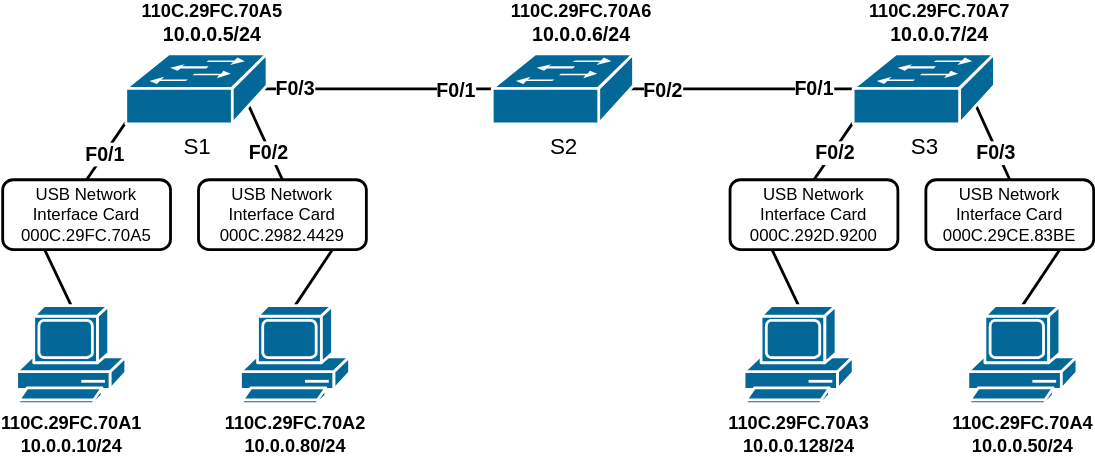
Above: docs/Networking/Switching/assets/switch_beispiel.drawio.svg in kuchapo/UNYKAD (draw.io), before the change. Source tidied: cells renumbered, new cells last; positions are measured from the earlier drawing's top-left corner, leaving out a move shared by most shapes.
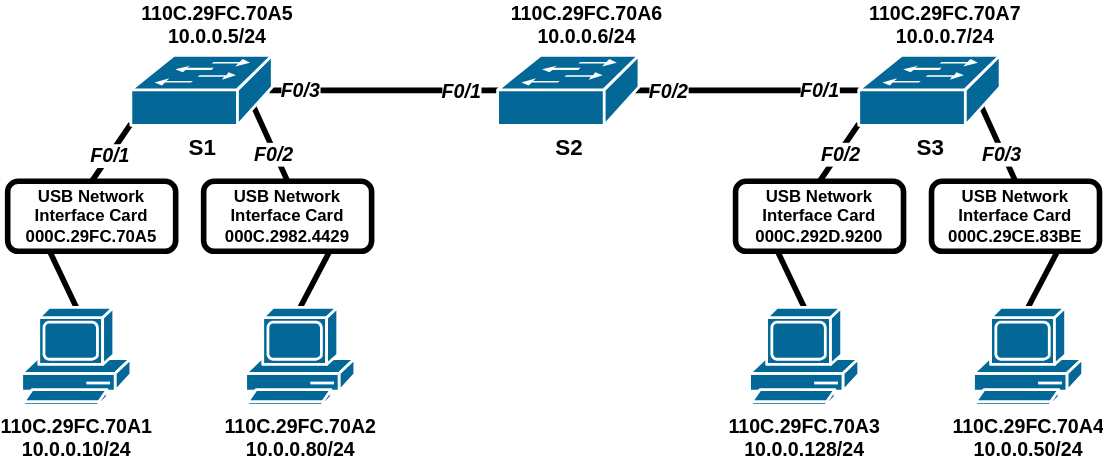
The same diagram one commit later.

Commit message:
modified switch beisoiel diagram thickness

The edit, as a diff of the source:
```diff
@@ -2,101 +2,101 @@
   <root>
     <mxCell id="0" />
     <mxCell id="1" parent="0" />
-    <mxCell id="2" style="endArrow=none;html=1;rounded=0;exitX=0.5;exitY=0;exitDx=0;exitDy=0;exitPerimeter=0;entryX=0.87;entryY=0.74;entryDx=0;entryDy=0;entryPerimeter=0;strokeWidth=2;" parent="1" edge="1" source="14" target="28">
+    <mxCell id="2" style="endArrow=none;html=1;rounded=0;exitX=0.5;exitY=0;exitDx=0;exitDy=0;exitPerimeter=0;entryX=0.87;entryY=0.74;entryDx=0;entryDy=0;entryPerimeter=0;strokeWidth=4;" parent="1" edge="1" source="14" target="28">
       <mxGeometry relative="1" as="geometry" />
     </mxCell>
-    <mxCell id="3" value="&lt;font style=&quot;font-size: 14px;&quot;&gt;&lt;b style=&quot;&quot;&gt;F0/2&lt;/b&gt;&lt;/font&gt;" style="edgeLabel;html=1;align=center;verticalAlign=middle;" parent="2" vertex="1">
+    <mxCell id="3" value="&lt;font style=&quot;font-size: 14px;&quot;&gt;&lt;b style=&quot;&quot;&gt;&lt;i&gt;F0/2&lt;/i&gt;&lt;/b&gt;&lt;/font&gt;" style="edgeLabel;html=1;align=center;verticalAlign=middle;" parent="2" vertex="1">
       <mxGeometry x="-0.1" relative="1" as="geometry">
         <mxPoint y="4" as="offset" />
       </mxGeometry>
     </mxCell>
-    <mxCell id="4" style="endArrow=none;html=1;rounded=0;exitX=0.5;exitY=0;exitDx=0;exitDy=0;exitPerimeter=0;entryX=0;entryY=0.98;entryDx=0;entryDy=0;entryPerimeter=0;strokeWidth=2;" parent="1" edge="1" source="15" target="28">
+    <mxCell id="4" style="endArrow=none;html=1;rounded=0;exitX=0.5;exitY=0;exitDx=0;exitDy=0;exitPerimeter=0;entryX=0;entryY=0.98;entryDx=0;entryDy=0;entryPerimeter=0;strokeWidth=4;" parent="1" edge="1" source="15" target="28">
       <mxGeometry relative="1" as="geometry" />
     </mxCell>
-    <mxCell id="5" value="&lt;b&gt;&lt;font style=&quot;font-size: 14px;&quot;&gt;F0/1&lt;/font&gt;&lt;/b&gt;" style="edgeLabel;html=1;align=center;verticalAlign=middle;" parent="4" vertex="1">
+    <mxCell id="5" value="&lt;b&gt;&lt;font style=&quot;font-size: 14px;&quot;&gt;&lt;i&gt;F0/1&lt;/i&gt;&lt;/font&gt;&lt;/b&gt;" style="edgeLabel;html=1;align=center;verticalAlign=middle;" parent="4" vertex="1">
       <mxGeometry x="-0.05" relative="1" as="geometry" />
     </mxCell>
-    <mxCell id="6" style="endArrow=none;html=1;rounded=0;exitX=0.5;exitY=0;exitDx=0;exitDy=0;exitPerimeter=0;entryX=0;entryY=0.98;entryDx=0;entryDy=0;entryPerimeter=0;strokeWidth=2;" parent="1" edge="1" source="16" target="27">
+    <mxCell id="6" style="endArrow=none;html=1;rounded=0;exitX=0.5;exitY=0;exitDx=0;exitDy=0;exitPerimeter=0;entryX=0;entryY=0.98;entryDx=0;entryDy=0;entryPerimeter=0;strokeWidth=4;" parent="1" edge="1" source="16" target="27">
       <mxGeometry relative="1" as="geometry" />
     </mxCell>
-    <mxCell id="7" value="&lt;b&gt;&lt;font style=&quot;font-size: 14px;&quot;&gt;F0/2&lt;/font&gt;&lt;/b&gt;" style="edgeLabel;html=1;align=center;verticalAlign=middle;" parent="6" vertex="1">
+    <mxCell id="7" value="&lt;b&gt;&lt;font style=&quot;font-size: 14px;&quot;&gt;F0/2&lt;/font&gt;&lt;/b&gt;" style="edgeLabel;html=1;align=center;verticalAlign=middle;fontStyle=2;" parent="6" vertex="1">
       <mxGeometry x="-0.03" y="-1" relative="1" as="geometry" />
     </mxCell>
-    <mxCell id="8" style="endArrow=none;html=1;rounded=0;exitX=0.5;exitY=0;exitDx=0;exitDy=0;exitPerimeter=0;entryX=0.87;entryY=0.74;entryDx=0;entryDy=0;entryPerimeter=0;strokeWidth=2;" parent="1" edge="1" source="17" target="27">
+    <mxCell id="8" style="endArrow=none;html=1;rounded=0;exitX=0.5;exitY=0;exitDx=0;exitDy=0;exitPerimeter=0;entryX=0.87;entryY=0.74;entryDx=0;entryDy=0;entryPerimeter=0;strokeWidth=4;" parent="1" edge="1" source="17" target="27">
       <mxGeometry relative="1" as="geometry" />
     </mxCell>
-    <mxCell id="9" value="&lt;b&gt;&lt;font style=&quot;font-size: 14px;&quot;&gt;F0/3&lt;/font&gt;&lt;/b&gt;" style="edgeLabel;html=1;align=center;verticalAlign=middle;" parent="8" vertex="1">
+    <mxCell id="9" value="&lt;b&gt;&lt;font style=&quot;font-size: 14px;&quot;&gt;F0/3&lt;/font&gt;&lt;/b&gt;" style="edgeLabel;html=1;align=center;verticalAlign=middle;fontStyle=2;" parent="8" vertex="1">
       <mxGeometry x="0.08" y="1" relative="1" as="geometry">
         <mxPoint x="3" y="8" as="offset" />
       </mxGeometry>
     </mxCell>
-    <mxCell id="10" style="endArrow=none;html=1;rounded=0;exitX=0.5;exitY=0;exitDx=0;exitDy=0;exitPerimeter=0;entryX=0.87;entryY=0.74;entryDx=0;entryDy=0;entryPerimeter=0;strokeWidth=2;" parent="1" edge="1" source="19" target="14">
+    <mxCell id="10" style="endArrow=none;html=1;rounded=0;exitX=0.5;exitY=0;exitDx=0;exitDy=0;exitPerimeter=0;entryX=0.75;entryY=1;entryDx=0;entryDy=0;strokeWidth=4;" parent="1" edge="1" source="19" target="14">
       <mxGeometry relative="1" as="geometry" />
     </mxCell>
-    <mxCell id="11" style="endArrow=none;html=1;rounded=0;exitX=0.5;exitY=0;exitDx=0;exitDy=0;exitPerimeter=0;entryX=0.25;entryY=1;entryDx=0;entryDy=0;strokeWidth=2;" parent="1" edge="1" source="18" target="15">
+    <mxCell id="11" style="endArrow=none;html=1;rounded=0;exitX=0.5;exitY=0;exitDx=0;exitDy=0;exitPerimeter=0;entryX=0.25;entryY=1;entryDx=0;entryDy=0;strokeWidth=4;" parent="1" edge="1" source="18" target="15">
       <mxGeometry relative="1" as="geometry" />
     </mxCell>
-    <mxCell id="12" style="endArrow=none;html=1;rounded=0;exitX=0.5;exitY=0;exitDx=0;exitDy=0;exitPerimeter=0;entryX=0.87;entryY=0.74;entryDx=0;entryDy=0;entryPerimeter=0;strokeWidth=2;" parent="1" edge="1" source="21" target="17">
+    <mxCell id="12" style="endArrow=none;html=1;rounded=0;exitX=0.5;exitY=0;exitDx=0;exitDy=0;exitPerimeter=0;entryX=0.75;entryY=1;entryDx=0;entryDy=0;strokeWidth=4;" parent="1" edge="1" source="21" target="17">
       <mxGeometry relative="1" as="geometry" />
     </mxCell>
-    <mxCell id="13" style="endArrow=none;html=1;rounded=0;exitX=0.5;exitY=0;exitDx=0;exitDy=0;exitPerimeter=0;entryX=0.25;entryY=1;entryDx=0;entryDy=0;strokeWidth=2;" parent="1" edge="1" source="20" target="16">
+    <mxCell id="13" style="endArrow=none;html=1;rounded=0;exitX=0.5;exitY=0;exitDx=0;exitDy=0;exitPerimeter=0;entryX=0.25;entryY=1;entryDx=0;entryDy=0;strokeWidth=4;" parent="1" edge="1" source="20" target="16">
       <mxGeometry relative="1" as="geometry" />
     </mxCell>
-    <mxCell id="14" value="&lt;div&gt;USB Network Interface Card&lt;/div&gt;000C.2982.4429" style="rounded=1;whiteSpace=wrap;html=1;fillColor=default;strokeWidth=2;" parent="1" vertex="1">
+    <mxCell id="14" value="&lt;div&gt;&lt;b&gt;&lt;font&gt;USB Network Interface Card&lt;/font&gt;&lt;/b&gt;&lt;/div&gt;&lt;b&gt;&lt;font&gt;000C.2982.4429&lt;/font&gt;&lt;/b&gt;" style="rounded=1;whiteSpace=wrap;html=1;fillColor=none;strokeWidth=4;" parent="1" vertex="1">
       <mxGeometry x="140" y="127" width="120" height="50" as="geometry" />
     </mxCell>
-    <mxCell id="15" value="&lt;div&gt;USB Network Interface Card&lt;/div&gt;000C.29FC.70A5" style="rounded=1;whiteSpace=wrap;html=1;fillColor=default;strokeWidth=2;" parent="1" vertex="1">
+    <mxCell id="15" value="&lt;div&gt;&lt;b&gt;USB Network Interface Card&lt;/b&gt;&lt;/div&gt;&lt;b&gt;000C.29FC.70A5&lt;/b&gt;" style="rounded=1;whiteSpace=wrap;html=1;strokeWidth=4;fillColor=none;" parent="1" vertex="1">
       <mxGeometry y="127" width="120" height="50" as="geometry" />
     </mxCell>
-    <mxCell id="16" value="&lt;div&gt;USB Network Interface Card&lt;/div&gt;000C.292D.9200" style="rounded=1;whiteSpace=wrap;html=1;fillColor=default;strokeWidth=2;" parent="1" vertex="1">
+    <mxCell id="16" value="&lt;div&gt;&lt;b&gt;USB Network Interface Card&lt;/b&gt;&lt;/div&gt;&lt;b&gt;000C.292D.9200&lt;/b&gt;" style="rounded=1;whiteSpace=wrap;html=1;fillColor=none;strokeWidth=4;" parent="1" vertex="1">
       <mxGeometry x="520" y="127" width="120" height="50" as="geometry" />
     </mxCell>
-    <mxCell id="17" value="&lt;div&gt;USB Network Interface Card&lt;/div&gt;000C.29CE.83BE" style="rounded=1;whiteSpace=wrap;html=1;fillColor=default;strokeWidth=2;" parent="1" vertex="1">
+    <mxCell id="17" value="&lt;div&gt;&lt;b&gt;USB Network Interface Card&lt;/b&gt;&lt;/div&gt;&lt;b&gt;000C.29CE.83BE&lt;/b&gt;" style="rounded=1;whiteSpace=wrap;html=1;fillColor=none;strokeWidth=4;" parent="1" vertex="1">
       <mxGeometry x="660" y="127" width="120" height="50" as="geometry" />
     </mxCell>
-    <mxCell id="18" value="&lt;font style=&quot;font-size: 13px;&quot;&gt;&lt;b&gt;110C.29FC.70A1&lt;/b&gt;&lt;/font&gt;&lt;div&gt;&lt;font style=&quot;font-size: 13px;&quot;&gt;&lt;b&gt;10.0.0.10/24&lt;/b&gt;&lt;/font&gt;&lt;/div&gt;" style="shape=mxgraph.cisco.computers_and_peripherals.pc;sketch=0;html=1;dashed=0;fillColor=#036897;strokeColor=#ffffff;strokeWidth=2;verticalLabelPosition=bottom;verticalAlign=top;align=center;outlineConnect=0;" parent="1" vertex="1">
+    <mxCell id="18" value="&lt;font style=&quot;font-size: 14px;&quot;&gt;&lt;b style=&quot;&quot;&gt;110C.29FC.70A1&lt;/b&gt;&lt;/font&gt;&lt;div&gt;&lt;font style=&quot;font-size: 14px;&quot;&gt;&lt;b style=&quot;&quot;&gt;10.0.0.10/24&lt;/b&gt;&lt;/font&gt;&lt;/div&gt;" style="shape=mxgraph.cisco.computers_and_peripherals.pc;sketch=0;html=1;dashed=0;fillColor=#036897;strokeColor=#ffffff;strokeWidth=2;verticalLabelPosition=bottom;verticalAlign=top;align=center;outlineConnect=0;" parent="1" vertex="1">
       <mxGeometry x="10" y="217" width="78" height="70" as="geometry" />
     </mxCell>
-    <mxCell id="19" value="&lt;b&gt;&lt;font style=&quot;font-size: 13px;&quot;&gt;110C.29FC.70A2&lt;/font&gt;&lt;/b&gt;&lt;div&gt;&lt;b&gt;&lt;font style=&quot;font-size: 13px;&quot;&gt;10.0.0.80/24&lt;/font&gt;&lt;/b&gt;&lt;/div&gt;" style="shape=mxgraph.cisco.computers_and_peripherals.pc;sketch=0;html=1;dashed=0;fillColor=#036897;strokeColor=#ffffff;strokeWidth=2;verticalLabelPosition=bottom;verticalAlign=top;align=center;outlineConnect=0;" parent="1" vertex="1">
+    <mxCell id="19" value="&lt;b&gt;&lt;font style=&quot;font-size: 14px;&quot;&gt;110C.29FC.70A2&lt;/font&gt;&lt;/b&gt;&lt;div&gt;&lt;b&gt;&lt;font style=&quot;font-size: 14px;&quot;&gt;10.0.0.80/24&lt;/font&gt;&lt;/b&gt;&lt;/div&gt;" style="shape=mxgraph.cisco.computers_and_peripherals.pc;sketch=0;html=1;dashed=0;fillColor=#036897;strokeColor=#ffffff;strokeWidth=2;verticalLabelPosition=bottom;verticalAlign=top;align=center;outlineConnect=0;" parent="1" vertex="1">
       <mxGeometry x="170" y="217" width="78" height="70" as="geometry" />
     </mxCell>
-    <mxCell id="20" value="&lt;font style=&quot;font-size: 13px;&quot;&gt;&lt;b&gt;110C.29FC.70A3&lt;/b&gt;&lt;/font&gt;&lt;div&gt;&lt;font style=&quot;font-size: 13px;&quot;&gt;&lt;b&gt;10.0.0.128/24&lt;/b&gt;&lt;/font&gt;&lt;/div&gt;" style="shape=mxgraph.cisco.computers_and_peripherals.pc;sketch=0;html=1;dashed=0;fillColor=#036897;strokeColor=#ffffff;strokeWidth=2;verticalLabelPosition=bottom;verticalAlign=top;align=center;outlineConnect=0;" parent="1" vertex="1">
+    <mxCell id="20" value="&lt;font style=&quot;font-size: 14px;&quot;&gt;&lt;b style=&quot;&quot;&gt;110C.29FC.70A3&lt;/b&gt;&lt;/font&gt;&lt;div&gt;&lt;font style=&quot;font-size: 14px;&quot;&gt;&lt;b style=&quot;&quot;&gt;10.0.0.128/24&lt;/b&gt;&lt;/font&gt;&lt;/div&gt;" style="shape=mxgraph.cisco.computers_and_peripherals.pc;sketch=0;html=1;dashed=0;fillColor=#036897;strokeColor=#ffffff;strokeWidth=2;verticalLabelPosition=bottom;verticalAlign=top;align=center;outlineConnect=0;" parent="1" vertex="1">
       <mxGeometry x="530" y="217" width="78" height="70" as="geometry" />
     </mxCell>
-    <mxCell id="21" value="&lt;font style=&quot;font-size: 13px;&quot;&gt;&lt;b&gt;110C.29FC.70A4&lt;/b&gt;&lt;/font&gt;&lt;div&gt;&lt;font style=&quot;font-size: 13px;&quot;&gt;&lt;b&gt;10.0.0.50/24&lt;/b&gt;&lt;/font&gt;&lt;/div&gt;" style="shape=mxgraph.cisco.computers_and_peripherals.pc;sketch=0;html=1;dashed=0;fillColor=#036897;strokeColor=#ffffff;strokeWidth=2;verticalLabelPosition=bottom;verticalAlign=top;align=center;outlineConnect=0;" parent="1" vertex="1">
+    <mxCell id="21" value="&lt;font style=&quot;font-size: 14px;&quot;&gt;&lt;b style=&quot;&quot;&gt;110C.29FC.70A4&lt;/b&gt;&lt;/font&gt;&lt;div&gt;&lt;font style=&quot;font-size: 14px;&quot;&gt;&lt;b style=&quot;&quot;&gt;10.0.0.50/24&lt;/b&gt;&lt;/font&gt;&lt;/div&gt;" style="shape=mxgraph.cisco.computers_and_peripherals.pc;sketch=0;html=1;dashed=0;fillColor=#036897;strokeColor=#ffffff;strokeWidth=2;verticalLabelPosition=bottom;verticalAlign=top;align=center;outlineConnect=0;" parent="1" vertex="1">
       <mxGeometry x="690" y="217" width="78" height="70" as="geometry" />
     </mxCell>
-    <mxCell id="22" style="endArrow=none;html=1;rounded=0;exitX=0.98;exitY=0.5;exitDx=0;exitDy=0;exitPerimeter=0;entryX=0;entryY=0.5;entryDx=0;entryDy=0;entryPerimeter=0;strokeWidth=2;" parent="1" edge="1" source="28" target="27">
+    <mxCell id="22" style="endArrow=none;html=1;rounded=0;exitX=0.98;exitY=0.5;exitDx=0;exitDy=0;exitPerimeter=0;entryX=0;entryY=0.5;entryDx=0;entryDy=0;entryPerimeter=0;strokeWidth=4;" parent="1" edge="1" source="28" target="27">
       <mxGeometry relative="1" as="geometry" />
     </mxCell>
-    <mxCell id="23" value="&lt;font style=&quot;font-size: 14px;&quot;&gt;&lt;b&gt;F0/3&lt;/b&gt;&lt;/font&gt;" style="edgeLabel;html=1;align=center;verticalAlign=middle;" parent="22" vertex="1">
+    <mxCell id="23" value="&lt;font style=&quot;font-size: 14px;&quot;&gt;&lt;b&gt;F0/3&lt;/b&gt;&lt;/font&gt;" style="edgeLabel;html=1;align=center;verticalAlign=middle;fontStyle=2;textShadow=0;" parent="22" vertex="1">
       <mxGeometry x="-0.89" y="1" relative="1" as="geometry" />
     </mxCell>
-    <mxCell id="24" value="&lt;font style=&quot;font-size: 14px;&quot;&gt;&lt;b&gt;F0/1&lt;/b&gt;&lt;/font&gt;" style="edgeLabel;html=1;align=center;verticalAlign=middle;" parent="22" vertex="1">
+    <mxCell id="24" value="&lt;font style=&quot;font-size: 14px;&quot;&gt;&lt;b&gt;F0/1&lt;/b&gt;&lt;/font&gt;" style="edgeLabel;html=1;align=center;verticalAlign=middle;fontStyle=2;" parent="22" vertex="1">
       <mxGeometry x="-0.35" relative="1" as="geometry" />
     </mxCell>
-    <mxCell id="25" value="&lt;font style=&quot;font-size: 14px;&quot;&gt;&lt;b&gt;F0/2&lt;/b&gt;&lt;/font&gt;" style="edgeLabel;html=1;align=center;verticalAlign=middle;" parent="22" vertex="1">
+    <mxCell id="25" value="&lt;font style=&quot;font-size: 14px;&quot;&gt;&lt;b&gt;F0/2&lt;/b&gt;&lt;/font&gt;" style="edgeLabel;html=1;align=center;verticalAlign=middle;fontStyle=2;" parent="22" vertex="1">
       <mxGeometry x="0.35" relative="1" as="geometry" />
     </mxCell>
-    <mxCell id="26" value="&lt;font style=&quot;font-size: 14px;&quot;&gt;&lt;b&gt;F0/1&lt;/b&gt;&lt;/font&gt;" style="edgeLabel;html=1;align=center;verticalAlign=middle;" parent="22" vertex="1">
+    <mxCell id="26" value="&lt;font style=&quot;font-size: 14px;&quot;&gt;&lt;b&gt;F0/1&lt;/b&gt;&lt;/font&gt;" style="edgeLabel;html=1;align=center;verticalAlign=middle;fontStyle=2;" parent="22" vertex="1">
       <mxGeometry x="0.87" y="1" relative="1" as="geometry" />
     </mxCell>
-    <mxCell id="27" value="&lt;font style=&quot;font-size: 16px;&quot;&gt;S3&lt;/font&gt;" style="shape=mxgraph.cisco.switches.workgroup_switch;sketch=0;html=1;dashed=0;fillColor=#036897;strokeColor=#ffffff;strokeWidth=2;verticalLabelPosition=bottom;verticalAlign=top;align=center;outlineConnect=0;" parent="1" vertex="1">
+    <mxCell id="27" value="&lt;font style=&quot;font-size: 16px;&quot;&gt;&lt;b&gt;S3&lt;/b&gt;&lt;/font&gt;" style="shape=mxgraph.cisco.switches.workgroup_switch;sketch=0;html=1;dashed=0;fillColor=#036897;strokeColor=#ffffff;strokeWidth=2;verticalLabelPosition=bottom;verticalAlign=top;align=center;outlineConnect=0;" parent="1" vertex="1">
       <mxGeometry x="608" y="37" width="101" height="50" as="geometry" />
     </mxCell>
-    <mxCell id="28" value="&lt;font style=&quot;font-size: 16px;&quot;&gt;S1&lt;/font&gt;" style="shape=mxgraph.cisco.switches.workgroup_switch;sketch=0;html=1;dashed=0;fillColor=#036897;strokeColor=#ffffff;strokeWidth=2;verticalLabelPosition=bottom;verticalAlign=top;align=center;outlineConnect=0;" parent="1" vertex="1">
+    <mxCell id="28" value="&lt;font style=&quot;font-size: 16px;&quot;&gt;&lt;b&gt;S1&lt;/b&gt;&lt;/font&gt;" style="shape=mxgraph.cisco.switches.workgroup_switch;sketch=0;html=1;dashed=0;fillColor=#036897;strokeColor=#ffffff;strokeWidth=2;verticalLabelPosition=bottom;verticalAlign=top;align=center;outlineConnect=0;" parent="1" vertex="1">
       <mxGeometry x="88" y="37" width="101" height="50" as="geometry" />
     </mxCell>
-    <mxCell id="29" value="&lt;font style=&quot;font-size: 16px;&quot;&gt;S2&lt;/font&gt;" style="shape=mxgraph.cisco.switches.workgroup_switch;sketch=0;html=1;dashed=0;fillColor=#036897;strokeColor=#ffffff;strokeWidth=2;verticalLabelPosition=bottom;verticalAlign=top;align=center;" parent="1" vertex="1">
+    <mxCell id="29" value="&lt;font style=&quot;font-size: 16px;&quot;&gt;&lt;b&gt;S2&lt;/b&gt;&lt;/font&gt;" style="shape=mxgraph.cisco.switches.workgroup_switch;sketch=0;html=1;dashed=0;fillColor=#036897;strokeColor=#ffffff;strokeWidth=2;verticalLabelPosition=bottom;verticalAlign=top;align=center;" parent="1" vertex="1">
       <mxGeometry x="350" y="37" width="101" height="50" as="geometry" />
     </mxCell>
-    <mxCell id="30" value="&lt;b style=&quot;font-size: 13px; text-wrap-mode: nowrap;&quot;&gt;110C.29FC.70A5&lt;/b&gt;&lt;div&gt;&lt;b&gt;&lt;font style=&quot;font-size: 14px;&quot;&gt;10.0.0.5/24&lt;/font&gt;&lt;/b&gt;&lt;/div&gt;" style="text;html=1;align=center;verticalAlign=middle;whiteSpace=wrap;rounded=0;" parent="1" vertex="1">
+    <mxCell id="30" value="&lt;b style=&quot;text-wrap-mode: nowrap;&quot;&gt;&lt;font style=&quot;font-size: 14px;&quot;&gt;110C.29FC.70A5&lt;/font&gt;&lt;/b&gt;&lt;div&gt;&lt;b&gt;&lt;font style=&quot;font-size: 14px;&quot;&gt;10.0.0.5/24&lt;/font&gt;&lt;/b&gt;&lt;/div&gt;" style="text;html=1;align=center;verticalAlign=middle;whiteSpace=wrap;rounded=0;" parent="1" vertex="1">
       <mxGeometry x="120" width="60" height="30" as="geometry" />
     </mxCell>
-    <mxCell id="31" value="&lt;b style=&quot;font-size: 13px; text-wrap-mode: nowrap;&quot;&gt;110C.29FC.70A&lt;/b&gt;&lt;b style=&quot;background-color: transparent; color: light-dark(rgb(0, 0, 0), rgb(255, 255, 255)); text-wrap-mode: nowrap; font-size: 13px;&quot;&gt;6&lt;/b&gt;&lt;div&gt;&lt;div&gt;&lt;b&gt;&lt;font style=&quot;font-size: 14px;&quot;&gt;10.0.0.6/24&lt;/font&gt;&lt;/b&gt;&lt;/div&gt;&lt;/div&gt;" style="text;html=1;align=center;verticalAlign=middle;whiteSpace=wrap;rounded=0;" parent="1" vertex="1">
+    <mxCell id="31" value="&lt;font style=&quot;font-size: 14px;&quot;&gt;&lt;b style=&quot;text-wrap-mode: nowrap;&quot;&gt;110C.29FC.70A&lt;/b&gt;&lt;b style=&quot;background-color: transparent; color: light-dark(rgb(0, 0, 0), rgb(255, 255, 255)); text-wrap-mode: nowrap;&quot;&gt;6&lt;/b&gt;&lt;/font&gt;&lt;div&gt;&lt;div&gt;&lt;b&gt;&lt;font style=&quot;font-size: 14px;&quot;&gt;10.0.0.6/24&lt;/font&gt;&lt;/b&gt;&lt;/div&gt;&lt;/div&gt;" style="text;html=1;align=center;verticalAlign=middle;whiteSpace=wrap;rounded=0;" parent="1" vertex="1">
       <mxGeometry x="383.5" width="60" height="30" as="geometry" />
     </mxCell>
-    <mxCell id="32" value="&lt;b style=&quot;font-size: 13px; text-wrap-mode: nowrap;&quot;&gt;110C.29FC.70A7&lt;/b&gt;&lt;div&gt;&lt;b&gt;&lt;font style=&quot;font-size: 14px;&quot;&gt;10.0.0.7/24&lt;/font&gt;&lt;/b&gt;&lt;/div&gt;" style="text;html=1;align=center;verticalAlign=middle;whiteSpace=wrap;rounded=0;" parent="1" vertex="1">
+    <mxCell id="32" value="&lt;b style=&quot;text-wrap-mode: nowrap;&quot;&gt;&lt;font style=&quot;font-size: 14px;&quot;&gt;110C.29FC.70A7&lt;/font&gt;&lt;/b&gt;&lt;div&gt;&lt;b&gt;&lt;font style=&quot;font-size: 14px;&quot;&gt;10.0.0.7/24&lt;/font&gt;&lt;/b&gt;&lt;/div&gt;" style="text;html=1;align=center;verticalAlign=middle;whiteSpace=wrap;rounded=0;" parent="1" vertex="1">
       <mxGeometry x="640" width="60" height="30" as="geometry" />
     </mxCell>
   </root>
```
